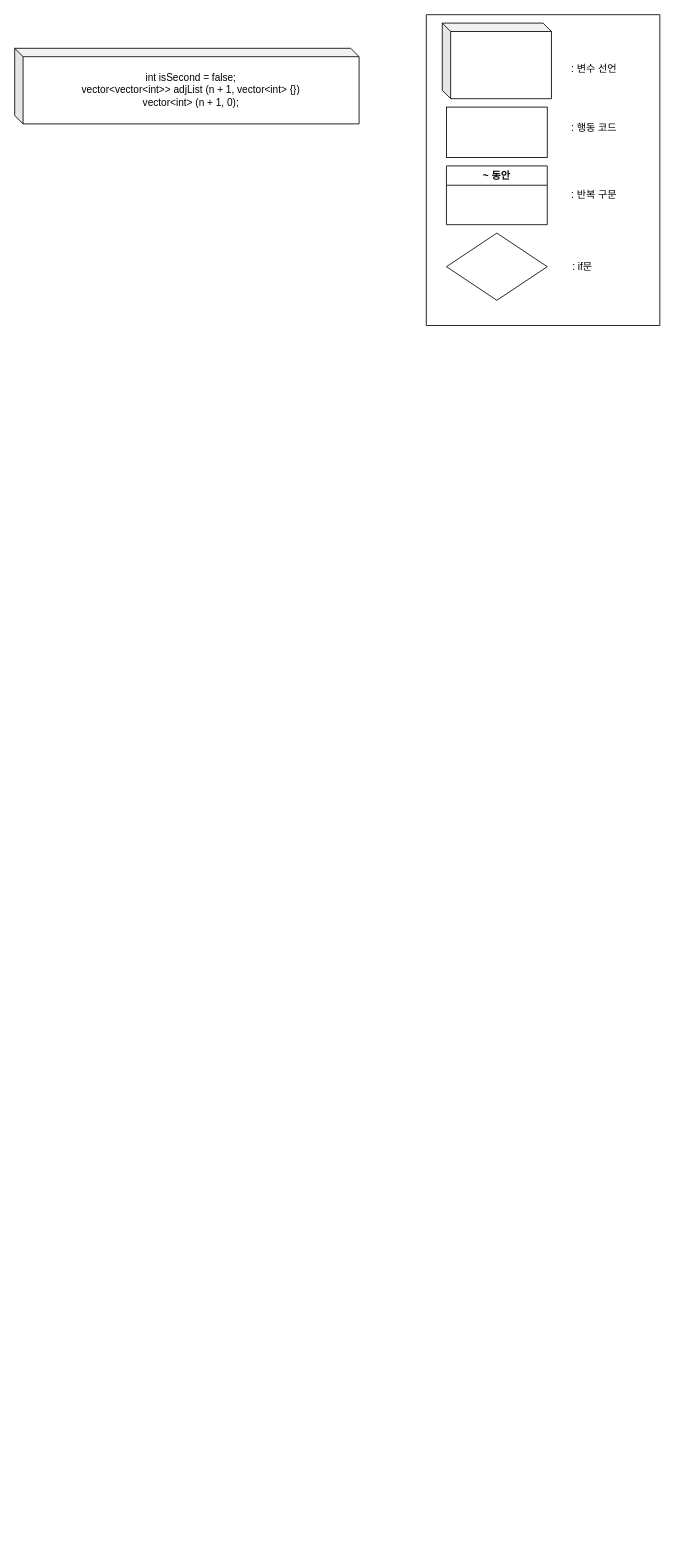
The draw.io diagram C++/HARD/2045. Second Minimum Time to Reach Destination.drawio in sangbumlikeagod/Leetcode_page, before the edit. Source tidied: cells renumbered, new cells numbered last; positions are measured from the earlier drawing's top-left corner, leaving out a move shared by most shapes. Both pictures are drawn from the tidied source at 84%, with x=0, y=0 at pixel (14, 14).
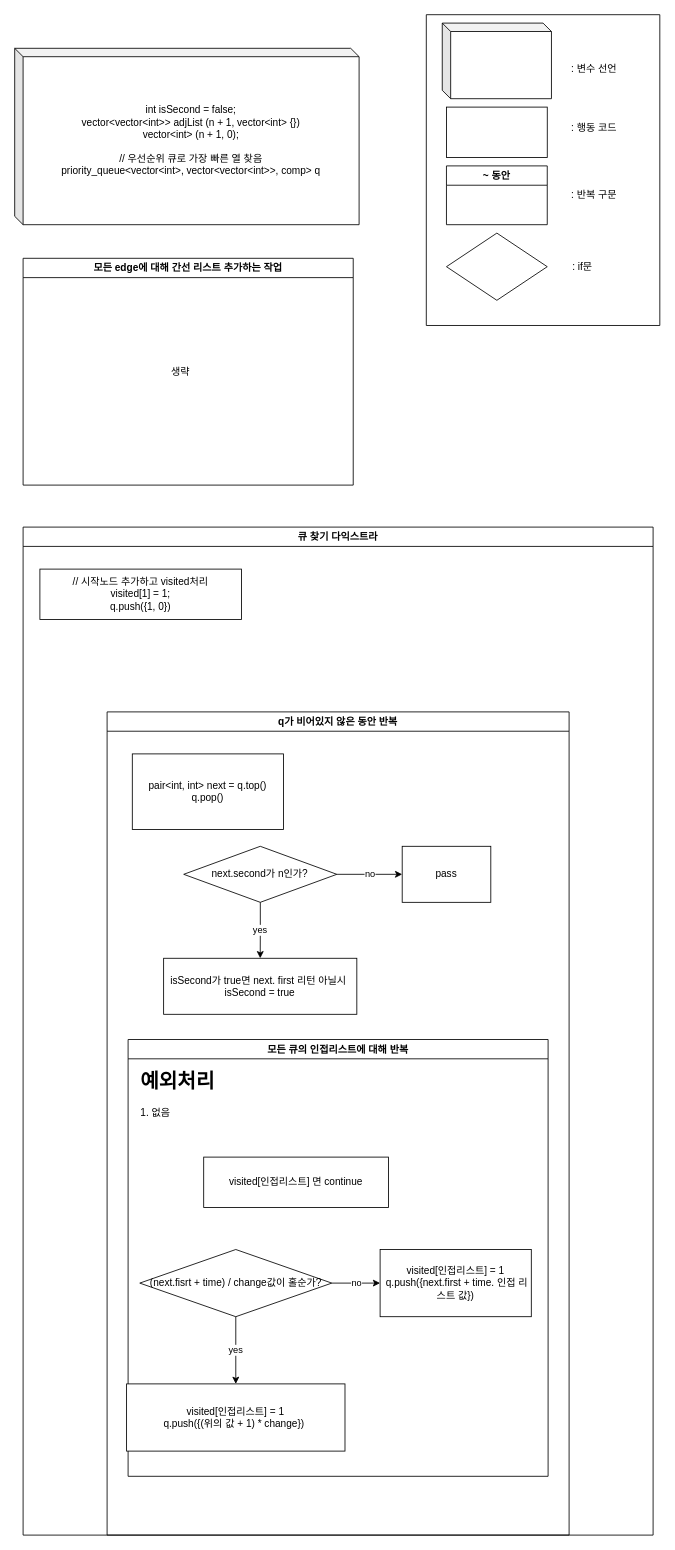
The same page after the edit.

Diff of the diagram source:
```diff
@@
-    <mxCell id="11" value="int isSecond = false;&lt;br&gt;vector&amp;lt;vector&amp;lt;int&amp;gt;&amp;gt; adjList (n + 1, vector&amp;lt;int&amp;gt; {})&lt;br&gt;vector&amp;lt;int&amp;gt; (n + 1, 0);" style="shape=cube;whiteSpace=wrap;html=1;boundedLbl=1;backgroundOutline=1;darkOpacity=0.05;darkOpacity2=0.1;size=10;" parent="1" vertex="1">
-      <mxGeometry y="40" width="410" height="90" as="geometry" />
+    <mxCell id="11" value="int isSecond = false;&lt;br&gt;vector&amp;lt;vector&amp;lt;int&amp;gt;&amp;gt; adjList (n + 1, vector&amp;lt;int&amp;gt; {})&lt;br&gt;vector&amp;lt;int&amp;gt; (n + 1, 0);&lt;br&gt;&lt;br&gt;// 우선순위 큐로 가장 빠른 열 찾음&lt;br&gt;priority_queue&amp;lt;vector&amp;lt;int&amp;gt;, vector&amp;lt;vector&amp;lt;int&amp;gt;&amp;gt;, comp&amp;gt; q" style="shape=cube;whiteSpace=wrap;html=1;boundedLbl=1;backgroundOutline=1;darkOpacity=0.05;darkOpacity2=0.1;size=10;" parent="1" vertex="1">
+      <mxGeometry y="40" width="410" height="210" as="geometry" />
     </mxCell>
+    <mxCell id="12" value="모든 edge에 대해 간선 리스트 추가하는 작업" style="swimlane;whiteSpace=wrap;html=1;" parent="1" vertex="1">
+      <mxGeometry x="10" y="290" width="393" height="270" as="geometry" />
+    </mxCell>
+    <mxCell id="13" value="생략" style="text;html=1;align=center;verticalAlign=middle;strokeColor=none;fillColor=none;" parent="12" vertex="1">
+      <mxGeometry x="167.3" y="120" width="40" height="30" as="geometry" />
+    </mxCell>
+    <mxCell id="14" value="큐 찾기 다익스트라" style="swimlane;whiteSpace=wrap;html=1;" parent="1" vertex="1">
+      <mxGeometry x="10" y="610" width="750" height="1200" as="geometry" />
+    </mxCell>
+    <mxCell id="15" value="// 시작노드 추가하고 visited처리&lt;br&gt;visited[1] = 1;&lt;br&gt;q.push({1, 0})" style="rounded=0;whiteSpace=wrap;html=1;" parent="14" vertex="1">
+      <mxGeometry x="20" y="50" width="240" height="60" as="geometry" />
+    </mxCell>
+    <mxCell id="16" value="q가 비어있지 않은 동안 반복" style="swimlane;whiteSpace=wrap;html=1;" parent="14" vertex="1">
+      <mxGeometry x="100" y="220" width="550" height="980" as="geometry" />
+    </mxCell>
+    <mxCell id="17" value="pair&amp;lt;int, int&amp;gt; next = q.top()&lt;br&gt;q.pop()" style="rounded=0;whiteSpace=wrap;html=1;" parent="16" vertex="1">
+      <mxGeometry x="30" y="50" width="180" height="90" as="geometry" />
+    </mxCell>
+    <mxCell id="18" value="모든 큐의 인접리스트에 대해 반복" style="swimlane;whiteSpace=wrap;html=1;" parent="16" vertex="1">
+      <mxGeometry x="25" y="390" width="500" height="520" as="geometry" />
+    </mxCell>
+    <mxCell id="19" value="&lt;h1&gt;예외처리&lt;/h1&gt;&lt;p&gt;1. 없음&lt;/p&gt;" style="text;html=1;strokeColor=none;fillColor=none;spacing=5;spacingTop=-20;whiteSpace=wrap;overflow=hidden;rounded=0;" parent="18" vertex="1">
+      <mxGeometry x="10" y="30" width="386" height="120" as="geometry" />
+    </mxCell>
+    <mxCell id="20" style="group;" parent="18" vertex="1">
+      <mxGeometry x="50" y="250" width="430" height="240" as="geometry" />
+    </mxCell>
+    <mxCell id="21" value="(next.fisrt + time) / change값이 홀순가?" style="rhombus;whiteSpace=wrap;html=1;" parent="20" vertex="1">
+      <mxGeometry x="-36.1" width="228.6" height="80" as="geometry" />
+    </mxCell>
+    <mxCell id="22" value="visited[인접리스트] =&amp;nbsp;1&lt;br&gt;q.push({(위의 값 + 1) * change})&amp;nbsp;" style="whiteSpace=wrap;html=1;rounded=0;" parent="20" vertex="1">
+      <mxGeometry x="-51.8" y="160" width="260" height="80" as="geometry" />
+    </mxCell>
+    <mxCell id="23" value="yes" style="edgeStyle=orthogonalEdgeStyle;rounded=0;jettySize=auto;html=1;" parent="20" edge="1" source="21" target="22">
+      <mxGeometry relative="1" as="geometry" />
+    </mxCell>
+    <mxCell id="24" value="visited[인접리스트] =&amp;nbsp;1&lt;br&gt;&amp;nbsp;q.push({next.first + time. 인접 리스트 값})" style="whiteSpace=wrap;html=1;rounded=0;" parent="20" vertex="1">
+      <mxGeometry x="250" width="180" height="80" as="geometry" />
+    </mxCell>
+    <mxCell id="25" value="no" style="edgeStyle=orthogonalEdgeStyle;rounded=0;jettySize=auto;html=1;" parent="20" edge="1" source="21" target="24">
+      <mxGeometry relative="1" as="geometry" />
+    </mxCell>
+    <mxCell id="26" value="visited[인접리스트] 면 continue" style="rounded=0;whiteSpace=wrap;html=1;" parent="18" vertex="1">
+      <mxGeometry x="90" y="140" width="220" height="60" as="geometry" />
+    </mxCell>
+    <mxCell id="27" style="group;" parent="16" vertex="1">
+      <mxGeometry x="120" y="160" width="336.9" height="200" as="geometry" />
+    </mxCell>
+    <mxCell id="28" value="next.second가 n인가?" style="rhombus;whiteSpace=wrap;html=1;" parent="27" vertex="1">
+      <mxGeometry x="-28.8" width="182.3" height="66.7" as="geometry" />
+    </mxCell>
+    <mxCell id="29" value="isSecond가 true면 next. first 리턴 아닐시&amp;nbsp;&lt;br&gt;isSecond = true" style="whiteSpace=wrap;html=1;rounded=0;" parent="27" vertex="1">
+      <mxGeometry x="-52.7" y="133.3" width="230" height="66.7" as="geometry" />
+    </mxCell>
+    <mxCell id="30" value="yes" style="edgeStyle=orthogonalEdgeStyle;rounded=0;jettySize=auto;html=1;" parent="27" edge="1" source="28" target="29">
+      <mxGeometry relative="1" as="geometry" />
+    </mxCell>
+    <mxCell id="31" value="pass" style="whiteSpace=wrap;html=1;rounded=0;" parent="27" vertex="1">
+      <mxGeometry x="231.3" width="105.5" height="66.7" as="geometry" />
+    </mxCell>
+    <mxCell id="32" value="no" style="edgeStyle=orthogonalEdgeStyle;rounded=0;jettySize=auto;html=1;" parent="27" edge="1" source="28" target="31">
+      <mxGeometry relative="1" as="geometry" />
+    </mxCell>
```
